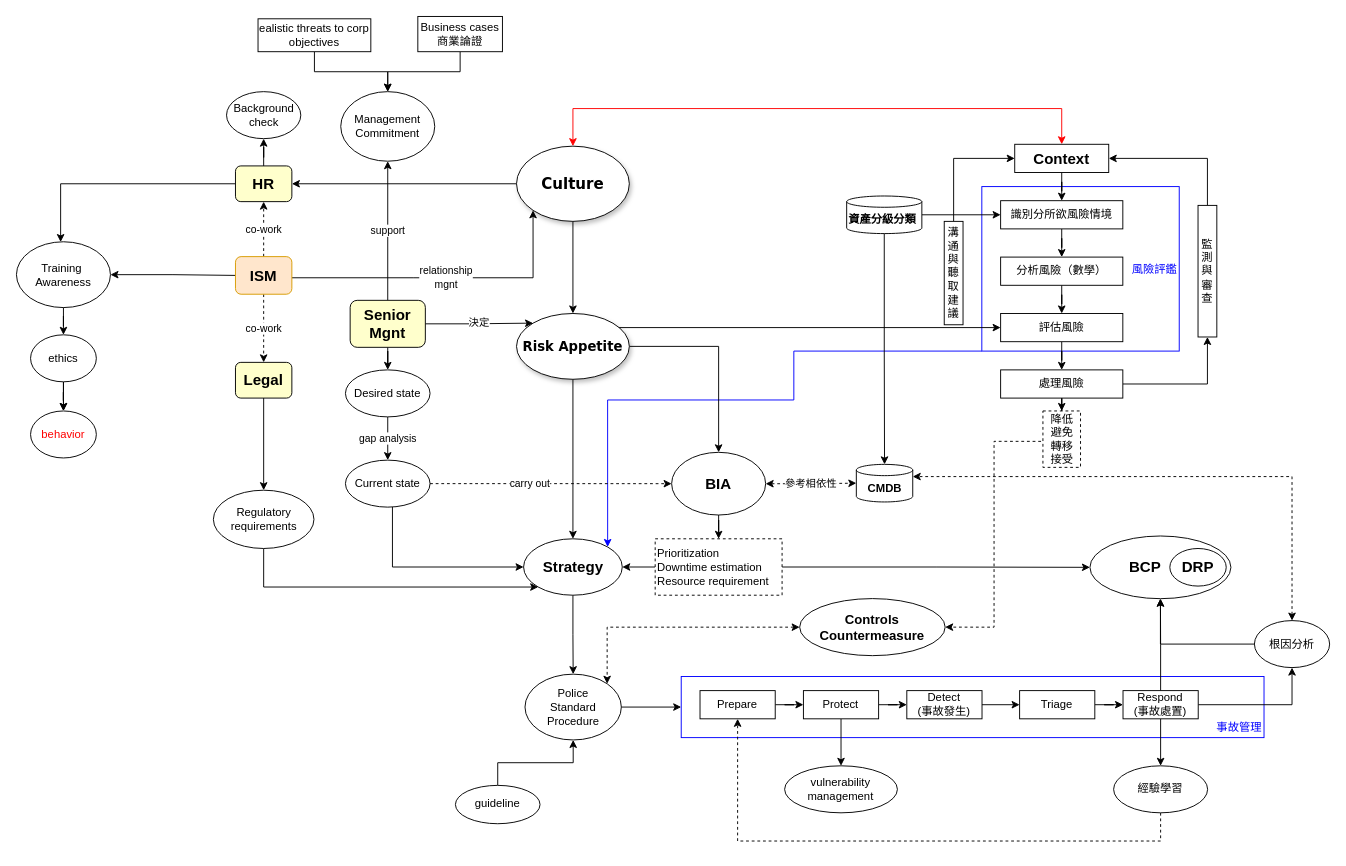
This is Untitled Diagram.drawio from digipenguin/machinelearn-ndu, a draw.io file, before an edit. Source tidied: cells renumbered, new cells numbered last; positions are measured from the earlier drawing's top-left corner, leaving out a move shared by most shapes. Both pictures are drawn from the tidied source at 94%, with x=0, y=0 at pixel (16, 16).
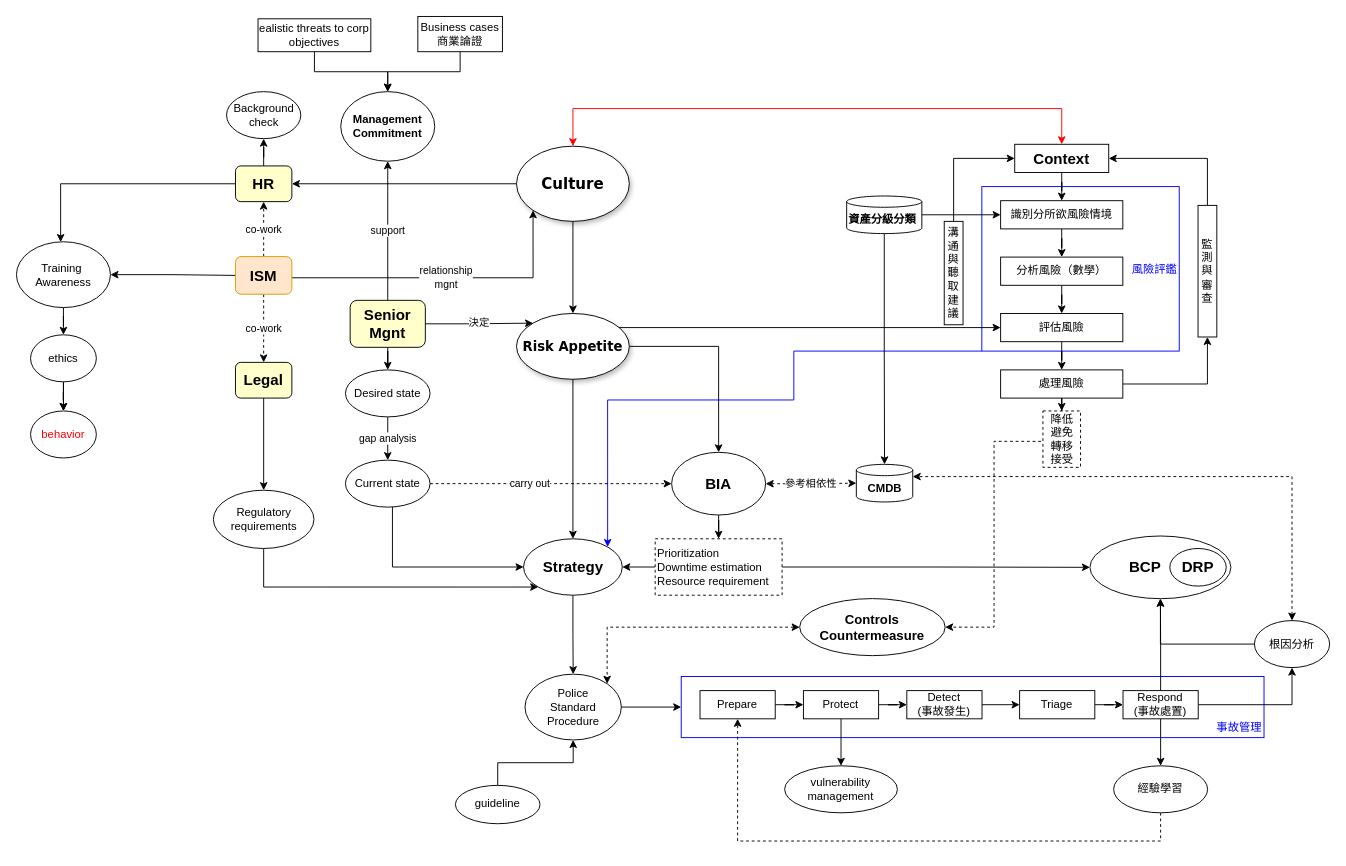
The same page after the edit.

Diff of the diagram source:
```diff
@@
-    <mxCell id="96" value="Management&lt;br&gt;Commitment" style="ellipse;whiteSpace=wrap;html=1;" parent="1" vertex="1">
+    <mxCell id="96" value="&lt;b&gt;Management&lt;br&gt;Commitment&lt;/b&gt;" style="ellipse;whiteSpace=wrap;html=1;" parent="1" vertex="1">
       <mxGeometry x="345" y="80" width="100" height="74" as="geometry" />
     </mxCell>
```
